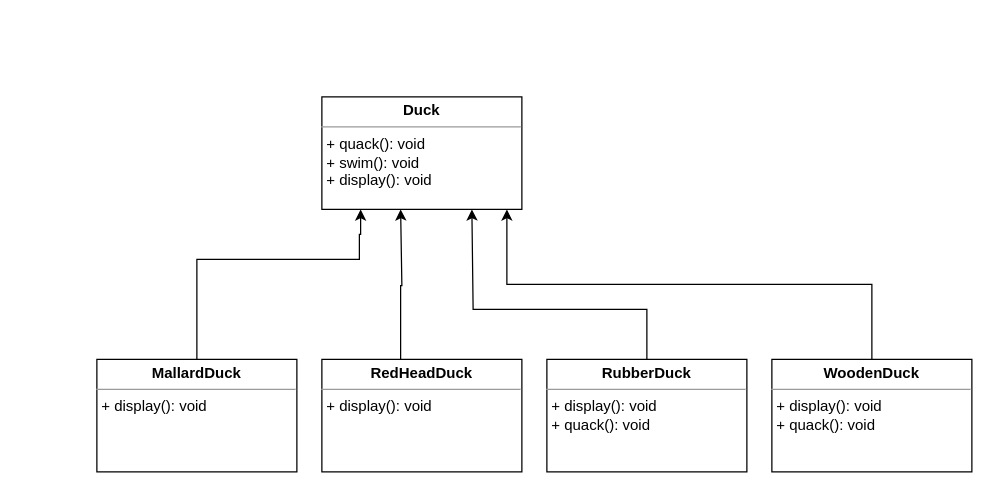
The draw.io diagram class_diagram.drawio in Kshitij-3115/HeadFirstDesignPatterns_HandsOn, before the edit. Source tidied: cells renumbered, new cells numbered last; positions are measured from the earlier drawing's top-left corner, leaving out a move shared by most shapes. Both pictures are drawn from the tidied source at 125%, with x=0, y=0 at pixel (96, 96).
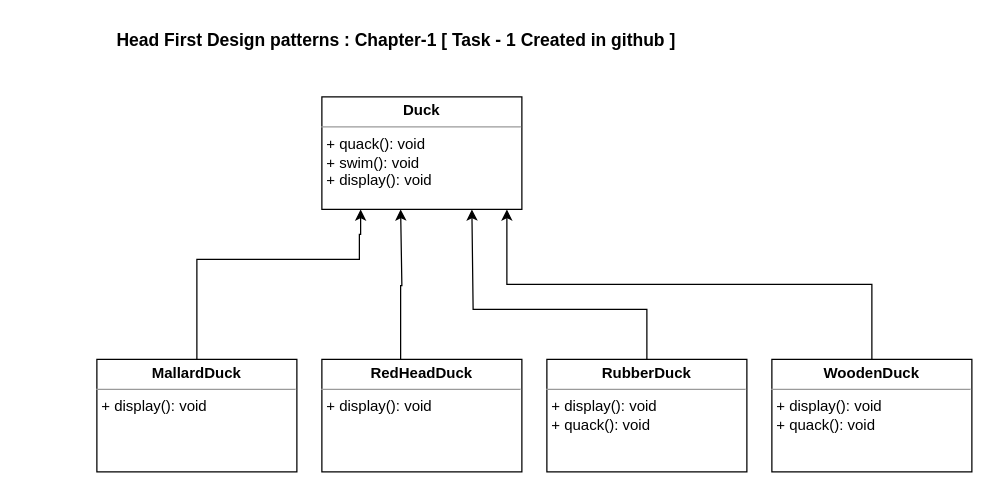
The same diagram, later.

Change to the diagram source:
```diff
@@
 <mxGraphModel>
   <root>
     <mxCell id="0" />
     <mxCell id="1" parent="0" />
     <mxCell id="2" value="&lt;p style=&quot;margin:0px;margin-top:4px;text-align:center;&quot;&gt;&lt;b&gt;Duck&lt;/b&gt;&lt;/p&gt;&lt;hr size=&quot;1&quot;&gt;&lt;p style=&quot;margin:0px;margin-left:4px;&quot;&gt;&lt;/p&gt;&lt;p style=&quot;margin:0px;margin-left:4px;&quot;&gt;+ quack(): void&lt;/p&gt;&lt;p style=&quot;margin:0px;margin-left:4px;&quot;&gt;+ swim(): void&lt;/p&gt;&lt;p style=&quot;margin:0px;margin-left:4px;&quot;&gt;+ display(): void&lt;/p&gt;" style="verticalAlign=top;align=left;overflow=fill;fontSize=12;fontFamily=Helvetica;html=1;whiteSpace=wrap;" parent="1" vertex="1">
       <mxGeometry x="180" width="160" height="90" as="geometry" />
     </mxCell>
     <mxCell id="3" style="edgeStyle=orthogonalEdgeStyle;rounded=0;jettySize=auto;html=1;" parent="1" edge="1" source="4">
       <mxGeometry relative="1" as="geometry">
         <mxPoint x="211" y="90" as="targetPoint" />
         <Array as="points">
           <mxPoint x="80" y="130" />
           <mxPoint x="210" y="130" />
           <mxPoint x="210" y="110" />
           <mxPoint x="211" y="110" />
         </Array>
       </mxGeometry>
     </mxCell>
     <mxCell id="4" value="&lt;p style=&quot;margin:0px;margin-top:4px;text-align:center;&quot;&gt;&lt;b&gt;MallardDuck&lt;/b&gt;&lt;/p&gt;&lt;hr size=&quot;1&quot;&gt;&lt;p style=&quot;margin:0px;margin-left:4px;&quot;&gt;&lt;/p&gt;&lt;p style=&quot;margin:0px;margin-left:4px;&quot;&gt;&lt;span style=&quot;background-color: initial;&quot;&gt;+ display(): void&lt;/span&gt;&lt;br&gt;&lt;/p&gt;" style="verticalAlign=top;align=left;overflow=fill;fontSize=12;fontFamily=Helvetica;html=1;whiteSpace=wrap;" parent="1" vertex="1">
       <mxGeometry y="210" width="160" height="90" as="geometry" />
     </mxCell>
     <mxCell id="5" value="&lt;p style=&quot;margin:0px;margin-top:4px;text-align:center;&quot;&gt;&lt;b&gt;RedHeadDuck&lt;/b&gt;&lt;/p&gt;&lt;hr size=&quot;1&quot;&gt;&lt;p style=&quot;margin:0px;margin-left:4px;&quot;&gt;&lt;/p&gt;&lt;p style=&quot;margin:0px;margin-left:4px;&quot;&gt;&lt;span style=&quot;background-color: initial;&quot;&gt;+ display(): void&lt;/span&gt;&lt;br&gt;&lt;/p&gt;" style="verticalAlign=top;align=left;overflow=fill;fontSize=12;fontFamily=Helvetica;html=1;whiteSpace=wrap;" parent="1" vertex="1">
       <mxGeometry x="180" y="210" width="160" height="90" as="geometry" />
     </mxCell>
     <mxCell id="6" style="edgeStyle=orthogonalEdgeStyle;rounded=0;jettySize=auto;html=1;entryX=0.75;entryY=1;entryDx=0;entryDy=0;" parent="1" edge="1" source="7" target="2">
       <mxGeometry relative="1" as="geometry">
         <Array as="points">
           <mxPoint x="440" y="170" />
           <mxPoint x="301" y="170" />
         </Array>
       </mxGeometry>
     </mxCell>
     <mxCell id="7" value="&lt;p style=&quot;margin:0px;margin-top:4px;text-align:center;&quot;&gt;&lt;b&gt;RubberDuck&lt;/b&gt;&lt;/p&gt;&lt;hr size=&quot;1&quot;&gt;&lt;p style=&quot;margin:0px;margin-left:4px;&quot;&gt;&lt;/p&gt;&lt;p style=&quot;margin:0px;margin-left:4px;&quot;&gt;&lt;span style=&quot;background-color: initial;&quot;&gt;+ display(): void&lt;/span&gt;&lt;br&gt;&lt;/p&gt;&lt;p style=&quot;margin:0px;margin-left:4px;&quot;&gt;&lt;span style=&quot;background-color: initial;&quot;&gt;+ quack(): void&lt;/span&gt;&lt;/p&gt;" style="verticalAlign=top;align=left;overflow=fill;fontSize=12;fontFamily=Helvetica;html=1;whiteSpace=wrap;" parent="1" vertex="1">
       <mxGeometry x="360" y="210" width="160" height="90" as="geometry" />
     </mxCell>
     <mxCell id="8" value="&lt;p style=&quot;margin:0px;margin-top:4px;text-align:center;&quot;&gt;&lt;b&gt;WoodenDuck&lt;/b&gt;&lt;/p&gt;&lt;hr size=&quot;1&quot;&gt;&lt;p style=&quot;margin:0px;margin-left:4px;&quot;&gt;&lt;/p&gt;&lt;p style=&quot;margin:0px;margin-left:4px;&quot;&gt;&lt;span style=&quot;background-color: initial;&quot;&gt;+ display(): void&lt;/span&gt;&lt;br&gt;&lt;/p&gt;&lt;p style=&quot;margin:0px;margin-left:4px;&quot;&gt;&lt;span style=&quot;background-color: initial;&quot;&gt;+ quack(): void&lt;/span&gt;&lt;/p&gt;" style="verticalAlign=top;align=left;overflow=fill;fontSize=12;fontFamily=Helvetica;html=1;whiteSpace=wrap;" parent="1" vertex="1">
       <mxGeometry x="540" y="210" width="160" height="90" as="geometry" />
     </mxCell>
     <mxCell id="9" style="edgeStyle=orthogonalEdgeStyle;rounded=0;jettySize=auto;html=1;" parent="1" edge="1" source="5">
       <mxGeometry relative="1" as="geometry">
         <mxPoint x="243" y="90" as="targetPoint" />
         <Array as="points">
           <mxPoint x="243" y="151" />
           <mxPoint x="244" y="151" />
         </Array>
       </mxGeometry>
     </mxCell>
     <mxCell id="10" style="edgeStyle=orthogonalEdgeStyle;rounded=0;jettySize=auto;html=1;entryX=0.925;entryY=1;entryDx=0;entryDy=0;entryPerimeter=0;" parent="1" edge="1" source="8" target="2">
       <mxGeometry relative="1" as="geometry">
         <Array as="points">
           <mxPoint x="620" y="150" />
           <mxPoint x="328" y="150" />
         </Array>
       </mxGeometry>
     </mxCell>
+    <mxCell id="11" value="&lt;b style=&quot;font-size: 14px;&quot;&gt;&lt;span style=&quot;white-space: pre;&quot;&gt;&#9;&lt;/span&gt;&lt;span style=&quot;white-space: pre;&quot;&gt;&#9;&lt;/span&gt;Head First Design patterns : Chapter-1 [ Task - 1 Created in github ]&amp;nbsp;&lt;/b&gt;" style="text;html=1;align=center;verticalAlign=middle;strokeColor=none;fillColor=none;" parent="1" vertex="1">
+      <mxGeometry x="-60" y="-60" width="540" height="30" as="geometry" />
+    </mxCell>
   </root>
 </mxGraphModel>
```
